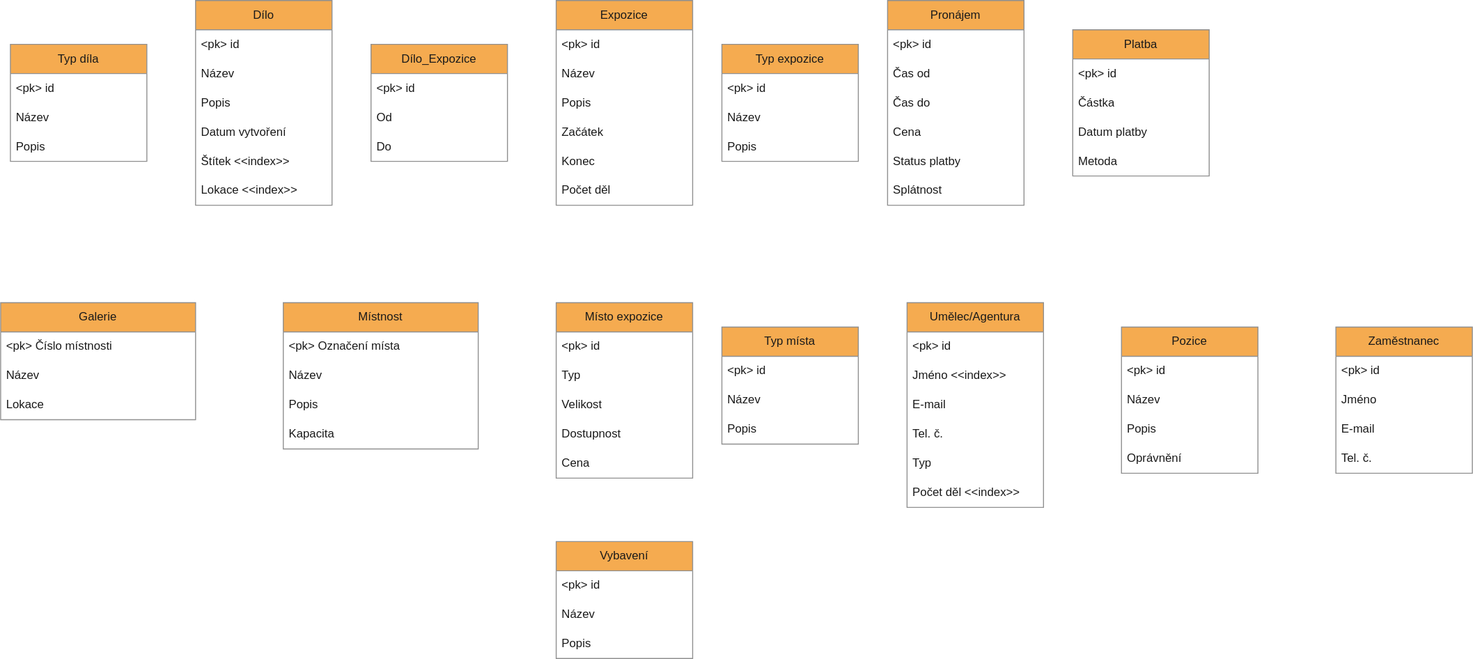
Before: Galerie_Projekt/Galerie_Projekt.drawio.svg, a diagram exported from draw.io (adstrafe/IUS). Source tidied: cells renumbered, new cells last; positions are measured from the earlier drawing's top-left corner, leaving out a move shared by most shapes.
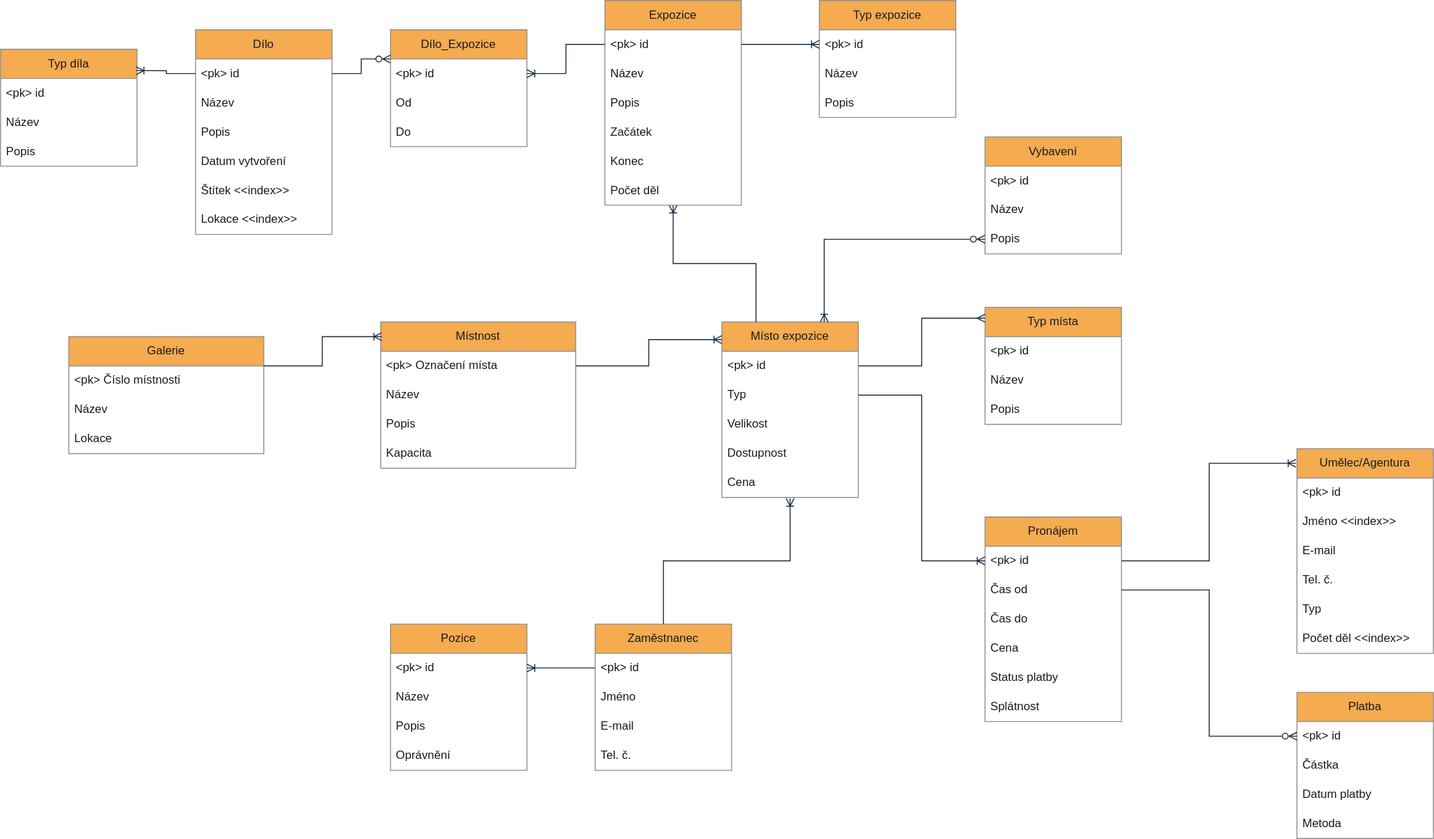
After the commit.

What changed in the source:
```diff
@@ -3,7 +3,7 @@
     <mxCell id="0" />
     <mxCell id="1" parent="0" />
     <mxCell id="2" value="Galerie" style="swimlane;fontStyle=0;horizontal=1;startSize=30;whiteSpace=wrap;html=1;labelBackgroundColor=none;fillColor=#F5AB50;strokeColor=#909090;fontColor=#1A1A1A;" parent="1" vertex="1">
-      <mxGeometry y="310" width="200" height="120" as="geometry" />
+      <mxGeometry x="30" y="430" width="200" height="120" as="geometry" />
     </mxCell>
     <mxCell id="3" value="&amp;lt;pk&amp;gt; Číslo místnosti" style="text;strokeColor=none;fillColor=none;align=left;verticalAlign=middle;spacingLeft=4;spacingRight=4;overflow=hidden;whiteSpace=wrap;html=1;labelBackgroundColor=none;fontColor=#1A1A1A;" parent="2" vertex="1">
       <mxGeometry y="30" width="200" height="30" as="geometry" />
@@ -15,7 +15,7 @@
       <mxGeometry y="90" width="200" height="30" as="geometry" />
     </mxCell>
     <mxCell id="6" value="Místnost" style="swimlane;fontStyle=0;horizontal=1;startSize=30;whiteSpace=wrap;html=1;labelBackgroundColor=none;fillColor=#F5AB50;strokeColor=#909090;fontColor=#1A1A1A;" parent="1" vertex="1">
-      <mxGeometry x="290" y="310" width="200" height="150" as="geometry" />
+      <mxGeometry x="350" y="415" width="200" height="150" as="geometry" />
     </mxCell>
     <mxCell id="7" value="&amp;lt;pk&amp;gt; Označení místa" style="text;strokeColor=none;fillColor=none;align=left;verticalAlign=middle;spacingLeft=4;spacingRight=4;overflow=hidden;points=[[0,0.5],[1,0.5]];portConstraint=eastwest;whiteSpace=wrap;html=1;labelBackgroundColor=none;fontColor=#1A1A1A;" parent="6" vertex="1">
       <mxGeometry y="30" width="200" height="30" as="geometry" />
@@ -30,7 +30,7 @@
       <mxGeometry y="120" width="200" height="30" as="geometry" />
     </mxCell>
     <mxCell id="11" value="Místo expozice" style="swimlane;fontStyle=0;horizontal=1;startSize=30;whiteSpace=wrap;html=1;labelBackgroundColor=none;fillColor=#F5AB50;strokeColor=#909090;fontColor=#1A1A1A;" parent="1" vertex="1">
-      <mxGeometry x="570" y="310" width="140" height="180" as="geometry" />
+      <mxGeometry x="700" y="415" width="140" height="180" as="geometry" />
     </mxCell>
     <mxCell id="12" value="&amp;lt;pk&amp;gt; id" style="text;strokeColor=none;fillColor=none;align=left;verticalAlign=middle;spacingLeft=4;spacingRight=4;overflow=hidden;points=[[0,0.5],[1,0.5]];portConstraint=eastwest;whiteSpace=wrap;html=1;labelBackgroundColor=none;fontColor=#1A1A1A;" parent="11" vertex="1">
       <mxGeometry y="30" width="140" height="30" as="geometry" />
@@ -48,7 +48,7 @@
       <mxGeometry y="150" width="140" height="30" as="geometry" />
     </mxCell>
     <mxCell id="17" value="Umělec/Agentura" style="swimlane;fontStyle=0;horizontal=1;startSize=30;whiteSpace=wrap;html=1;strokeColor=#909090;fontColor=#1A1A1A;fillColor=#F5AB50;" parent="1" vertex="1">
-      <mxGeometry x="930" y="310" width="140" height="210" as="geometry" />
+      <mxGeometry x="1290" y="545" width="140" height="210" as="geometry" />
     </mxCell>
     <mxCell id="18" value="&amp;lt;pk&amp;gt; id" style="text;strokeColor=none;fillColor=none;align=left;verticalAlign=middle;spacingLeft=4;spacingRight=4;overflow=hidden;whiteSpace=wrap;html=1;fontColor=#1A1A1A;" parent="17" vertex="1">
       <mxGeometry y="30" width="140" height="30" as="geometry" />
@@ -69,7 +69,7 @@
       <mxGeometry y="180" width="140" height="30" as="geometry" />
     </mxCell>
     <mxCell id="24" value="Vybavení" style="swimlane;fontStyle=0;horizontal=1;startSize=30;whiteSpace=wrap;html=1;strokeColor=#909090;fontColor=#1A1A1A;fillColor=#F5AB50;" parent="1" vertex="1">
-      <mxGeometry x="570" y="555" width="140" height="120" as="geometry" />
+      <mxGeometry x="970" y="225" width="140" height="120" as="geometry" />
     </mxCell>
     <mxCell id="25" value="&amp;lt;pk&amp;gt; id" style="text;strokeColor=none;fillColor=none;align=left;verticalAlign=middle;spacingLeft=4;spacingRight=4;overflow=hidden;whiteSpace=wrap;html=1;fontColor=#1A1A1A;" parent="24" vertex="1">
       <mxGeometry y="30" width="140" height="30" as="geometry" />
@@ -80,8 +80,11 @@
     <mxCell id="27" value="Popis" style="text;strokeColor=none;fillColor=none;align=left;verticalAlign=middle;spacingLeft=4;spacingRight=4;overflow=hidden;points=[[0,0.5],[1,0.5]];portConstraint=eastwest;whiteSpace=wrap;html=1;fontColor=#1A1A1A;" parent="24" vertex="1">
       <mxGeometry y="90" width="140" height="30" as="geometry" />
     </mxCell>
+    <mxCell id="80" style="edgeStyle=orthogonalEdgeStyle;rounded=0;jettySize=auto;html=1;entryX=0.25;entryY=0;entryDx=0;entryDy=0;strokeColor=#182E3E;fontColor=#1A1A1A;startArrow=ERoneToMany;startFill=0;endArrow=none;endFill=0;" parent="1" edge="1" source="28" target="11">
+      <mxGeometry relative="1" as="geometry" />
+    </mxCell>
     <mxCell id="28" value="Expozice" style="swimlane;fontStyle=0;horizontal=1;startSize=30;whiteSpace=wrap;html=1;strokeColor=#909090;fontColor=#1A1A1A;fillColor=#F5AB50;" parent="1" vertex="1">
-      <mxGeometry x="570" width="140" height="210" as="geometry" />
+      <mxGeometry x="580" y="85" width="140" height="210" as="geometry" />
     </mxCell>
     <mxCell id="29" value="&amp;lt;pk&amp;gt; id" style="text;strokeColor=none;fillColor=none;align=left;verticalAlign=middle;spacingLeft=4;spacingRight=4;overflow=hidden;points=[[0,0.5],[1,0.5]];portConstraint=eastwest;whiteSpace=wrap;html=1;fontColor=#1A1A1A;" parent="28" vertex="1">
       <mxGeometry y="30" width="140" height="30" as="geometry" />
@@ -102,7 +105,7 @@
       <mxGeometry y="180" width="140" height="30" as="geometry" />
     </mxCell>
     <mxCell id="35" value="Pronájem" style="swimlane;fontStyle=0;horizontal=1;startSize=30;whiteSpace=wrap;html=1;strokeColor=#909090;fontColor=#1A1A1A;fillColor=#F5AB50;" parent="1" vertex="1">
-      <mxGeometry x="910" width="140" height="210" as="geometry" />
+      <mxGeometry x="970" y="615" width="140" height="210" as="geometry" />
     </mxCell>
     <mxCell id="36" value="&amp;lt;pk&amp;gt; id" style="text;strokeColor=none;fillColor=none;align=left;verticalAlign=middle;spacingLeft=4;spacingRight=4;overflow=hidden;points=[[0,0.5],[1,0.5]];portConstraint=eastwest;whiteSpace=wrap;html=1;fontColor=#1A1A1A;" parent="35" vertex="1">
       <mxGeometry y="30" width="140" height="30" as="geometry" />
@@ -123,7 +126,7 @@
       <mxGeometry y="180" width="140" height="30" as="geometry" />
     </mxCell>
     <mxCell id="42" value="Zaměstnanec" style="swimlane;fontStyle=0;horizontal=1;startSize=30;whiteSpace=wrap;html=1;strokeColor=#909090;fontColor=#1A1A1A;fillColor=#F5AB50;" parent="1" vertex="1">
-      <mxGeometry x="1370" y="335" width="140" height="150" as="geometry" />
+      <mxGeometry x="570" y="725" width="140" height="150" as="geometry" />
     </mxCell>
     <mxCell id="43" value="&amp;lt;pk&amp;gt; id" style="text;strokeColor=none;fillColor=none;align=left;verticalAlign=middle;spacingLeft=4;spacingRight=4;overflow=hidden;points=[[0,0.5],[1,0.5]];portConstraint=eastwest;whiteSpace=wrap;html=1;fontColor=#1A1A1A;" parent="42" vertex="1">
       <mxGeometry y="30" width="140" height="30" as="geometry" />
@@ -138,7 +141,7 @@
       <mxGeometry y="120" width="140" height="30" as="geometry" />
     </mxCell>
     <mxCell id="47" value="Dílo" style="swimlane;fontStyle=0;horizontal=1;startSize=30;whiteSpace=wrap;html=1;strokeColor=#909090;fontColor=#1A1A1A;fillColor=#F5AB50;" parent="1" vertex="1">
-      <mxGeometry x="200" width="140" height="210" as="geometry" />
+      <mxGeometry x="160" y="115" width="140" height="210" as="geometry" />
     </mxCell>
     <mxCell id="48" value="&amp;lt;pk&amp;gt; id" style="text;strokeColor=none;fillColor=none;align=left;verticalAlign=middle;spacingLeft=4;spacingRight=4;overflow=hidden;points=[[0,0.5],[1,0.5]];portConstraint=eastwest;whiteSpace=wrap;html=1;fontColor=#1A1A1A;" parent="47" vertex="1">
       <mxGeometry y="30" width="140" height="30" as="geometry" />
@@ -159,7 +162,7 @@
       <mxGeometry y="180" width="140" height="30" as="geometry" />
     </mxCell>
     <mxCell id="54" value="Dílo_Expozice" style="swimlane;fontStyle=0;horizontal=1;startSize=30;whiteSpace=wrap;html=1;strokeColor=#909090;fontColor=#1A1A1A;fillColor=#F5AB50;" parent="1" vertex="1">
-      <mxGeometry x="380" y="45" width="140" height="120" as="geometry" />
+      <mxGeometry x="360" y="115" width="140" height="120" as="geometry" />
     </mxCell>
     <mxCell id="55" value="&amp;lt;pk&amp;gt; id" style="text;strokeColor=none;fillColor=none;align=left;verticalAlign=middle;spacingLeft=4;spacingRight=4;overflow=hidden;points=[[0,0.5],[1,0.5]];portConstraint=eastwest;whiteSpace=wrap;html=1;fontColor=#1A1A1A;" parent="54" vertex="1">
       <mxGeometry y="30" width="140" height="30" as="geometry" />
@@ -171,7 +174,7 @@
       <mxGeometry y="90" width="140" height="30" as="geometry" />
     </mxCell>
     <mxCell id="58" value="Platba" style="swimlane;fontStyle=0;horizontal=1;startSize=30;whiteSpace=wrap;html=1;strokeColor=#909090;fontColor=#1A1A1A;fillColor=#F5AB50;" parent="1" vertex="1">
-      <mxGeometry x="1100" y="30" width="140" height="150" as="geometry" />
+      <mxGeometry x="1290" y="795" width="140" height="150" as="geometry" />
     </mxCell>
     <mxCell id="59" value="&amp;lt;pk&amp;gt; id" style="text;strokeColor=none;fillColor=none;align=left;verticalAlign=middle;spacingLeft=4;spacingRight=4;overflow=hidden;points=[[0,0.5],[1,0.5]];portConstraint=eastwest;whiteSpace=wrap;html=1;fontColor=#1A1A1A;" parent="58" vertex="1">
       <mxGeometry y="30" width="140" height="30" as="geometry" />
@@ -186,7 +189,7 @@
       <mxGeometry y="120" width="140" height="30" as="geometry" />
     </mxCell>
     <mxCell id="63" value="Pozice" style="swimlane;fontStyle=0;horizontal=1;startSize=30;whiteSpace=wrap;html=1;strokeColor=#909090;fontColor=#1A1A1A;fillColor=#F5AB50;" parent="1" vertex="1">
-      <mxGeometry x="1150" y="335" width="140" height="150" as="geometry" />
+      <mxGeometry x="360" y="725" width="140" height="150" as="geometry" />
     </mxCell>
     <mxCell id="64" value="&amp;lt;pk&amp;gt; id" style="text;strokeColor=none;fillColor=none;align=left;verticalAlign=middle;spacingLeft=4;spacingRight=4;overflow=hidden;points=[[0,0.5],[1,0.5]];portConstraint=eastwest;whiteSpace=wrap;html=1;fontColor=#1A1A1A;" parent="63" vertex="1">
       <mxGeometry y="30" width="140" height="30" as="geometry" />
@@ -201,7 +204,7 @@
       <mxGeometry y="120" width="140" height="30" as="geometry" />
     </mxCell>
     <mxCell id="68" value="Typ expozice" style="swimlane;fontStyle=0;horizontal=1;startSize=30;whiteSpace=wrap;html=1;strokeColor=#909090;fontColor=#1A1A1A;fillColor=#F5AB50;" parent="1" vertex="1">
-      <mxGeometry x="740" y="45" width="140" height="120" as="geometry" />
+      <mxGeometry x="800" y="85" width="140" height="120" as="geometry" />
     </mxCell>
     <mxCell id="69" value="&amp;lt;pk&amp;gt; id" style="text;strokeColor=none;fillColor=none;align=left;verticalAlign=middle;spacingLeft=4;spacingRight=4;overflow=hidden;points=[[0,0.5],[1,0.5]];portConstraint=eastwest;whiteSpace=wrap;html=1;fontColor=#1A1A1A;" parent="68" vertex="1">
       <mxGeometry y="30" width="140" height="30" as="geometry" />
@@ -213,7 +216,7 @@
       <mxGeometry y="90" width="140" height="30" as="geometry" />
     </mxCell>
     <mxCell id="72" value="Typ místa" style="swimlane;fontStyle=0;horizontal=1;startSize=30;whiteSpace=wrap;html=1;strokeColor=#909090;fontColor=#1A1A1A;fillColor=#F5AB50;" parent="1" vertex="1">
-      <mxGeometry x="740" y="335" width="140" height="120" as="geometry" />
+      <mxGeometry x="970" y="400" width="140" height="120" as="geometry" />
     </mxCell>
     <mxCell id="73" value="&amp;lt;pk&amp;gt; id" style="text;strokeColor=none;fillColor=none;align=left;verticalAlign=middle;spacingLeft=4;spacingRight=4;overflow=hidden;whiteSpace=wrap;html=1;fontColor=#1A1A1A;" parent="72" vertex="1">
       <mxGeometry y="30" width="140" height="30" as="geometry" />
@@ -225,7 +228,7 @@
       <mxGeometry y="90" width="140" height="30" as="geometry" />
     </mxCell>
     <mxCell id="76" value="Typ díla" style="swimlane;fontStyle=0;horizontal=1;startSize=30;whiteSpace=wrap;html=1;strokeColor=#909090;fontColor=#1A1A1A;fillColor=#F5AB50;" parent="1" vertex="1">
-      <mxGeometry x="10" y="45" width="140" height="120" as="geometry" />
+      <mxGeometry x="-40" y="135" width="140" height="120" as="geometry" />
     </mxCell>
     <mxCell id="77" value="&amp;lt;pk&amp;gt; id" style="text;strokeColor=none;fillColor=none;align=left;verticalAlign=middle;spacingLeft=4;spacingRight=4;overflow=hidden;whiteSpace=wrap;html=1;fontColor=#1A1A1A;" parent="76" vertex="1">
       <mxGeometry y="30" width="140" height="30" as="geometry" />
@@ -236,5 +239,44 @@
     <mxCell id="79" value="Popis" style="text;strokeColor=none;fillColor=none;align=left;verticalAlign=middle;spacingLeft=4;spacingRight=4;overflow=hidden;whiteSpace=wrap;html=1;fontColor=#1A1A1A;" parent="76" vertex="1">
       <mxGeometry y="90" width="140" height="30" as="geometry" />
     </mxCell>
+    <mxCell id="81" style="edgeStyle=orthogonalEdgeStyle;rounded=0;jettySize=auto;html=1;exitX=1;exitY=0.25;exitDx=0;exitDy=0;entryX=0.005;entryY=0.1;entryDx=0;entryDy=0;entryPerimeter=0;strokeColor=#182E3E;fontColor=#1A1A1A;endArrow=ERoneToMany;endFill=0;startArrow=none;startFill=0;" parent="1" edge="1" source="2" target="6">
+      <mxGeometry relative="1" as="geometry" />
+    </mxCell>
+    <mxCell id="82" style="edgeStyle=orthogonalEdgeStyle;rounded=0;jettySize=auto;html=1;exitX=1;exitY=0.5;exitDx=0;exitDy=0;entryX=0;entryY=0.1;entryDx=0;entryDy=0;entryPerimeter=0;strokeColor=#182E3E;fontColor=#1A1A1A;endArrow=ERoneToMany;endFill=0;startArrow=none;startFill=0;" parent="1" edge="1" source="7" target="11">
+      <mxGeometry relative="1" as="geometry" />
+    </mxCell>
+    <mxCell id="83" style="edgeStyle=orthogonalEdgeStyle;rounded=0;jettySize=auto;html=1;exitX=1;exitY=0.5;exitDx=0;exitDy=0;strokeColor=#182E3E;fontColor=#1A1A1A;endArrow=ERmany;endFill=0;startArrow=none;startFill=0;entryX=0;entryY=0.092;entryDx=0;entryDy=0;entryPerimeter=0;" parent="1" edge="1" source="12" target="72">
+      <mxGeometry relative="1" as="geometry" />
+    </mxCell>
+    <mxCell id="84" style="edgeStyle=orthogonalEdgeStyle;rounded=0;jettySize=auto;html=1;exitX=1;exitY=0.5;exitDx=0;exitDy=0;entryX=0;entryY=0.5;entryDx=0;entryDy=0;strokeColor=#182E3E;fontColor=#1A1A1A;endArrow=ERoneToMany;endFill=0;startArrow=none;startFill=0;" parent="1" edge="1" source="13" target="36">
+      <mxGeometry relative="1" as="geometry" />
+    </mxCell>
+    <mxCell id="85" style="edgeStyle=orthogonalEdgeStyle;rounded=0;jettySize=auto;html=1;exitX=1;exitY=0.5;exitDx=0;exitDy=0;entryX=-0.007;entryY=0.071;entryDx=0;entryDy=0;entryPerimeter=0;strokeColor=#182E3E;fontColor=#1A1A1A;endArrow=ERoneToMany;endFill=0;startArrow=none;startFill=0;" parent="1" edge="1" source="36" target="17">
+      <mxGeometry relative="1" as="geometry" />
+    </mxCell>
+    <mxCell id="86" style="edgeStyle=orthogonalEdgeStyle;rounded=0;jettySize=auto;html=1;exitX=1;exitY=0.5;exitDx=0;exitDy=0;entryX=0;entryY=0.5;entryDx=0;entryDy=0;strokeColor=#182E3E;fontColor=#1A1A1A;endArrow=ERzeroToMany;endFill=0;" parent="1" edge="1" source="37" target="59">
+      <mxGeometry relative="1" as="geometry" />
+    </mxCell>
+    <mxCell id="87" style="edgeStyle=orthogonalEdgeStyle;rounded=0;jettySize=auto;html=1;exitX=0;exitY=0.5;exitDx=0;exitDy=0;entryX=0.993;entryY=0.183;entryDx=0;entryDy=0;entryPerimeter=0;strokeColor=#182E3E;fontColor=#1A1A1A;endArrow=ERoneToMany;endFill=0;startArrow=none;startFill=0;" parent="1" edge="1" source="48" target="76">
+      <mxGeometry relative="1" as="geometry" />
+    </mxCell>
+    <mxCell id="88" style="edgeStyle=orthogonalEdgeStyle;rounded=0;jettySize=auto;html=1;exitX=1;exitY=0.5;exitDx=0;exitDy=0;strokeColor=#182E3E;fontColor=#1A1A1A;endArrow=ERzeroToMany;endFill=0;entryX=0;entryY=0.25;entryDx=0;entryDy=0;" parent="1" edge="1" source="48" target="54">
+      <mxGeometry relative="1" as="geometry" />
+    </mxCell>
+    <mxCell id="89" style="edgeStyle=orthogonalEdgeStyle;rounded=0;jettySize=auto;html=1;exitX=0;exitY=0.5;exitDx=0;exitDy=0;entryX=1;entryY=0.5;entryDx=0;entryDy=0;strokeColor=#182E3E;fontColor=#1A1A1A;endArrow=ERoneToMany;endFill=0;" parent="1" edge="1" source="29" target="55">
+      <mxGeometry relative="1" as="geometry" />
+    </mxCell>
+    <mxCell id="90" style="edgeStyle=orthogonalEdgeStyle;rounded=0;jettySize=auto;html=1;exitX=1;exitY=0.5;exitDx=0;exitDy=0;entryX=0;entryY=0.5;entryDx=0;entryDy=0;strokeColor=#182E3E;fontColor=#1A1A1A;endArrow=ERoneToMany;endFill=0;" parent="1" edge="1" source="29" target="69">
+      <mxGeometry relative="1" as="geometry" />
+    </mxCell>
+    <mxCell id="91" style="edgeStyle=orthogonalEdgeStyle;rounded=0;jettySize=auto;html=1;exitX=0;exitY=0.5;exitDx=0;exitDy=0;entryX=1;entryY=0.5;entryDx=0;entryDy=0;strokeColor=#182E3E;fontColor=#1A1A1A;endArrow=ERoneToMany;endFill=0;" parent="1" edge="1" source="43" target="64">
+      <mxGeometry relative="1" as="geometry" />
+    </mxCell>
+    <mxCell id="92" style="edgeStyle=orthogonalEdgeStyle;rounded=0;jettySize=auto;html=1;exitX=0.5;exitY=0;exitDx=0;exitDy=0;entryX=0.5;entryY=1.033;entryDx=0;entryDy=0;entryPerimeter=0;strokeColor=#182E3E;fontColor=#1A1A1A;endArrow=ERoneToMany;endFill=0;" parent="1" edge="1" source="42" target="16">
+      <mxGeometry relative="1" as="geometry" />
+    </mxCell>
+    <mxCell id="93" style="edgeStyle=orthogonalEdgeStyle;rounded=0;jettySize=auto;html=1;exitX=0;exitY=0.5;exitDx=0;exitDy=0;entryX=0.75;entryY=0;entryDx=0;entryDy=0;strokeColor=#182E3E;fontColor=#1A1A1A;endArrow=ERoneToMany;endFill=0;startArrow=ERzeroToMany;startFill=0;" parent="1" edge="1" source="27" target="11">
+      <mxGeometry relative="1" as="geometry" />
+    </mxCell>
   </root>
 </mxGraphModel>
```
